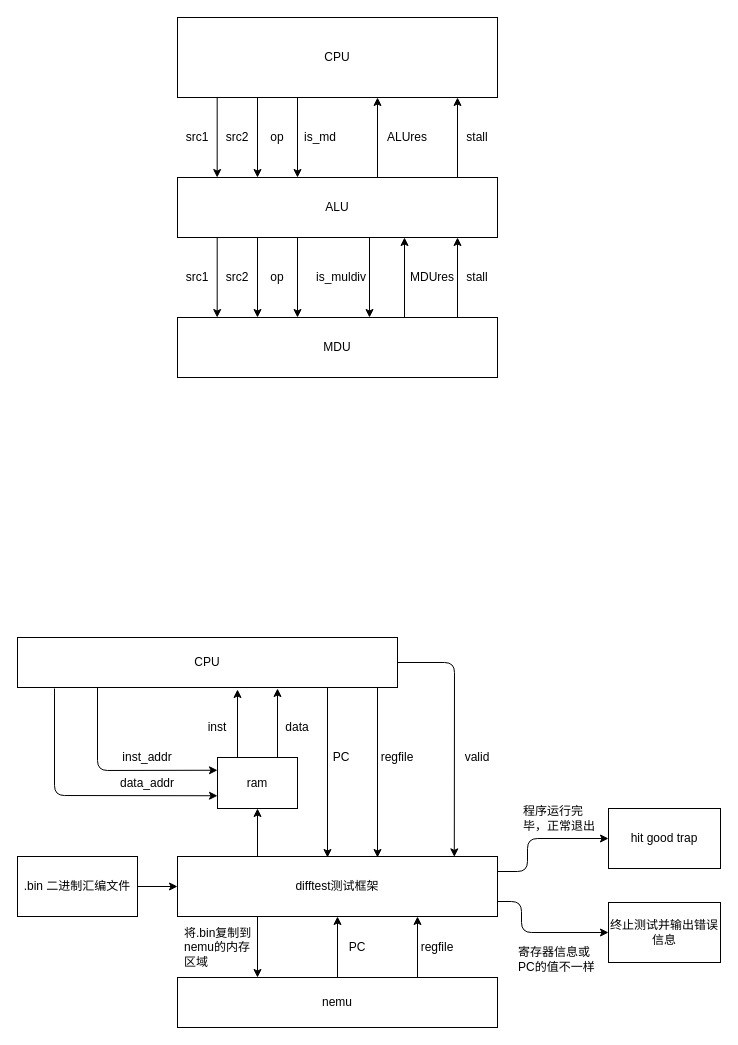
The draw.io diagram difftes.drawio in Ziyue-Zhang/thesis-picture, before the edit. Source tidied: cells renumbered, new cells numbered last; positions are measured from the earlier drawing's top-left corner, leaving out a move shared by most shapes. Both pictures are drawn from the tidied source at 100%, with x=0, y=0 at pixel (17, 17).
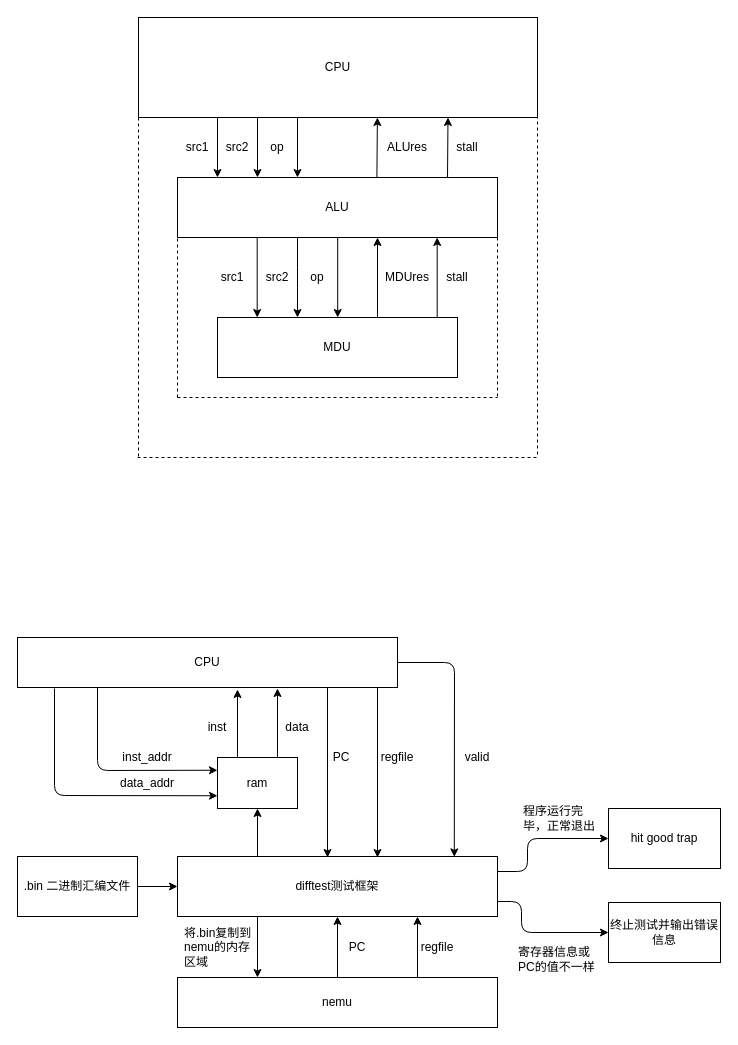
Above is the later version.

Unchanged cells that the change refers to:
```xml
<mxCell id="3" value="ALU" style="rounded=0;whiteSpace=wrap;html=1;" parent="1" vertex="1">
  <mxGeometry x="160" y="160" width="320" height="60" as="geometry" />
</mxCell>
```

The edit, as a diff of the source:
```diff
@@
     <mxCell id="2" value="MDU" style="rounded=0;whiteSpace=wrap;html=1;" parent="1" vertex="1">
-      <mxGeometry x="160" y="300" width="320" height="60" as="geometry" />
+      <mxGeometry x="200" y="300" width="240" height="60" as="geometry" />
     </mxCell>
@@
     <mxCell id="4" value="CPU" style="rounded=0;whiteSpace=wrap;html=1;" parent="1" vertex="1">
-      <mxGeometry x="160" width="320" height="80" as="geometry" />
+      <mxGeometry x="121" width="399" height="100" as="geometry" />
     </mxCell>
-    <mxCell id="5" style="endArrow=classic;html=1;entryX=0.124;entryY=0;entryDx=0;entryDy=0;entryPerimeter=0;exitX=0.124;exitY=1;exitDx=0;exitDy=0;exitPerimeter=0;" parent="1" edge="1" source="4" target="3">
-      <mxGeometry relative="1" as="geometry" />
-    </mxCell>
     <mxCell id="6" value="src1" style="text;html=1;strokeColor=none;fillColor=none;align=center;verticalAlign=middle;whiteSpace=wrap;rounded=0;" parent="1" vertex="1">
-      <mxGeometry x="160" y="110" width="40" height="20" as="geometry" />
+      <mxGeometry x="160" y="120" width="40" height="20" as="geometry" />
     </mxCell>
     <mxCell id="7" value="src2" style="text;html=1;strokeColor=none;fillColor=none;align=center;verticalAlign=middle;whiteSpace=wrap;rounded=0;" parent="1" vertex="1">
-      <mxGeometry x="200" y="110" width="40" height="20" as="geometry" />
+      <mxGeometry x="200" y="120" width="40" height="20" as="geometry" />
     </mxCell>
     <mxCell id="8" value="op" style="text;html=1;strokeColor=none;fillColor=none;align=center;verticalAlign=middle;whiteSpace=wrap;rounded=0;" parent="1" vertex="1">
-      <mxGeometry x="240" y="110" width="40" height="20" as="geometry" />
+      <mxGeometry x="240" y="120" width="40" height="20" as="geometry" />
     </mxCell>
-    <mxCell id="9" style="endArrow=classic;html=1;exitX=0.625;exitY=0;exitDx=0;exitDy=0;exitPerimeter=0;" parent="1" edge="1" source="3">
-      <mxGeometry relative="1" as="geometry">
-        <mxPoint x="360" y="80" as="targetPoint" />
-      </mxGeometry>
-    </mxCell>
     <mxCell id="10" value="ALUres" style="text;html=1;strokeColor=none;fillColor=none;align=center;verticalAlign=middle;whiteSpace=wrap;rounded=0;" parent="1" vertex="1">
-      <mxGeometry x="370" y="110" width="40" height="20" as="geometry" />
+      <mxGeometry x="370" y="120" width="40" height="20" as="geometry" />
     </mxCell>
     <mxCell id="11" value="stall" style="text;html=1;strokeColor=none;fillColor=none;align=center;verticalAlign=middle;whiteSpace=wrap;rounded=0;" parent="1" vertex="1">
-      <mxGeometry x="440" y="110" width="40" height="20" as="geometry" />
+      <mxGeometry x="430" y="120" width="40" height="20" as="geometry" />
     </mxCell>
-    <mxCell id="12" style="endArrow=classic;html=1;entryX=0.124;entryY=0;entryDx=0;entryDy=0;entryPerimeter=0;exitX=0.124;exitY=1;exitDx=0;exitDy=0;exitPerimeter=0;" parent="1" edge="1">
-      <mxGeometry relative="1" as="geometry">
-        <mxPoint x="240" y="80" as="sourcePoint" />
-        <mxPoint x="240" y="160" as="targetPoint" />
-      </mxGeometry>
-    </mxCell>
-    <mxCell id="13" style="endArrow=classic;html=1;entryX=0.124;entryY=0;entryDx=0;entryDy=0;entryPerimeter=0;exitX=0.124;exitY=1;exitDx=0;exitDy=0;exitPerimeter=0;" parent="1" edge="1">
+    <mxCell id="13" style="endArrow=classic;html=1;entryX=0.124;entryY=0;entryDx=0;entryDy=0;entryPerimeter=0;" parent="1" edge="1">
       <mxGeometry relative="1" as="geometry">
-        <mxPoint x="280" y="80" as="sourcePoint" />
+        <mxPoint x="280" y="100" as="sourcePoint" />
         <mxPoint x="280" y="160" as="targetPoint" />
       </mxGeometry>
     </mxCell>
-    <mxCell id="14" style="endArrow=classic;html=1;exitX=0.625;exitY=0;exitDx=0;exitDy=0;exitPerimeter=0;" parent="1" edge="1">
-      <mxGeometry relative="1" as="geometry">
-        <mxPoint x="440" y="160" as="sourcePoint" />
-        <mxPoint x="440" y="80" as="targetPoint" />
-      </mxGeometry>
-    </mxCell>
     <mxCell id="15" style="endArrow=classic;html=1;entryX=0.124;entryY=0;entryDx=0;entryDy=0;entryPerimeter=0;exitX=0.124;exitY=1;exitDx=0;exitDy=0;exitPerimeter=0;" parent="1" edge="1">
       <mxGeometry relative="1" as="geometry">
-        <mxPoint x="199.7" y="220" as="sourcePoint" />
-        <mxPoint x="199.7" y="300" as="targetPoint" />
+        <mxPoint x="239.7" y="220" as="sourcePoint" />
+        <mxPoint x="239.7" y="300" as="targetPoint" />
       </mxGeometry>
     </mxCell>
     <mxCell id="16" value="src1" style="text;html=1;strokeColor=none;fillColor=none;align=center;verticalAlign=middle;whiteSpace=wrap;rounded=0;" parent="1" vertex="1">
-      <mxGeometry x="160" y="250" width="40" height="20" as="geometry" />
+      <mxGeometry x="195" y="250" width="40" height="20" as="geometry" />
     </mxCell>
     <mxCell id="17" value="src2" style="text;html=1;strokeColor=none;fillColor=none;align=center;verticalAlign=middle;whiteSpace=wrap;rounded=0;" parent="1" vertex="1">
-      <mxGeometry x="200" y="250" width="40" height="20" as="geometry" />
+      <mxGeometry x="240" y="250" width="40" height="20" as="geometry" />
     </mxCell>
     <mxCell id="18" value="op" style="text;html=1;strokeColor=none;fillColor=none;align=center;verticalAlign=middle;whiteSpace=wrap;rounded=0;" parent="1" vertex="1">
-      <mxGeometry x="240" y="250" width="40" height="20" as="geometry" />
+      <mxGeometry x="280" y="250" width="40" height="20" as="geometry" />
     </mxCell>
     <mxCell id="19" style="endArrow=classic;html=1;exitX=0.625;exitY=0;exitDx=0;exitDy=0;exitPerimeter=0;" parent="1" edge="1">
       <mxGeometry relative="1" as="geometry">
-        <mxPoint x="387" y="300" as="sourcePoint" />
-        <mxPoint x="387" y="220" as="targetPoint" />
+        <mxPoint x="360" y="300" as="sourcePoint" />
+        <mxPoint x="360" y="220" as="targetPoint" />
       </mxGeometry>
     </mxCell>
     <mxCell id="20" value="MDUres" style="text;html=1;strokeColor=none;fillColor=none;align=center;verticalAlign=middle;whiteSpace=wrap;rounded=0;" parent="1" vertex="1">
-      <mxGeometry x="395" y="250" width="40" height="20" as="geometry" />
+      <mxGeometry x="370" y="250" width="40" height="20" as="geometry" />
     </mxCell>
     <mxCell id="21" value="stall" style="text;html=1;strokeColor=none;fillColor=none;align=center;verticalAlign=middle;whiteSpace=wrap;rounded=0;" parent="1" vertex="1">
-      <mxGeometry x="440" y="250" width="40" height="20" as="geometry" />
+      <mxGeometry x="420" y="250" width="40" height="20" as="geometry" />
     </mxCell>
     <mxCell id="22" style="endArrow=classic;html=1;entryX=0.124;entryY=0;entryDx=0;entryDy=0;entryPerimeter=0;exitX=0.124;exitY=1;exitDx=0;exitDy=0;exitPerimeter=0;" parent="1" edge="1">
       <mxGeometry relative="1" as="geometry">
-        <mxPoint x="240" y="220" as="sourcePoint" />
-        <mxPoint x="240" y="300" as="targetPoint" />
+        <mxPoint x="280" y="220" as="sourcePoint" />
+        <mxPoint x="280" y="300" as="targetPoint" />
+        <Array as="points">
+          <mxPoint x="280" y="260" />
+        </Array>
       </mxGeometry>
     </mxCell>
     <mxCell id="23" style="endArrow=classic;html=1;entryX=0.124;entryY=0;entryDx=0;entryDy=0;entryPerimeter=0;exitX=0.124;exitY=1;exitDx=0;exitDy=0;exitPerimeter=0;" parent="1" edge="1">
       <mxGeometry relative="1" as="geometry">
-        <mxPoint x="280" y="220" as="sourcePoint" />
-        <mxPoint x="280" y="300" as="targetPoint" />
+        <mxPoint x="320.2" y="220" as="sourcePoint" />
+        <mxPoint x="320.2" y="300" as="targetPoint" />
       </mxGeometry>
     </mxCell>
     <mxCell id="24" style="endArrow=classic;html=1;exitX=0.625;exitY=0;exitDx=0;exitDy=0;exitPerimeter=0;" parent="1" edge="1">
       <mxGeometry relative="1" as="geometry">
-        <mxPoint x="440" y="300" as="sourcePoint" />
-        <mxPoint x="440" y="220" as="targetPoint" />
+        <mxPoint x="419.7" y="300" as="sourcePoint" />
+        <mxPoint x="419.7" y="220" as="targetPoint" />
       </mxGeometry>
     </mxCell>
-    <mxCell id="25" style="endArrow=classic;html=1;entryX=0.124;entryY=0;entryDx=0;entryDy=0;entryPerimeter=0;exitX=0.124;exitY=1;exitDx=0;exitDy=0;exitPerimeter=0;" parent="1" edge="1">
-      <mxGeometry relative="1" as="geometry">
-        <mxPoint x="352" y="220" as="sourcePoint" />
-        <mxPoint x="352" y="300" as="targetPoint" />
-      </mxGeometry>
-    </mxCell>
-    <mxCell id="26" value="is_md" style="text;html=1;strokeColor=none;fillColor=none;align=center;verticalAlign=middle;whiteSpace=wrap;rounded=0;" parent="1" vertex="1">
-      <mxGeometry x="283" y="110" width="40" height="20" as="geometry" />
-    </mxCell>
-    <mxCell id="27" value="is_muldiv" style="text;html=1;strokeColor=none;fillColor=none;align=center;verticalAlign=middle;whiteSpace=wrap;rounded=0;" parent="1" vertex="1">
-      <mxGeometry x="304" y="250" width="40" height="20" as="geometry" />
-    </mxCell>
@@
+    <mxCell id="61" style="endArrow=none;dashed=1;html=1;entryX=0;entryY=1;entryDx=0;entryDy=0;" parent="1" edge="1" target="3">
+      <mxGeometry relative="1" as="geometry">
+        <mxPoint x="160" y="380" as="sourcePoint" />
+      </mxGeometry>
+    </mxCell>
+    <mxCell id="62" style="endArrow=none;dashed=1;html=1;exitX=1;exitY=1;exitDx=0;exitDy=0;" parent="1" edge="1" source="3">
+      <mxGeometry relative="1" as="geometry">
+        <mxPoint x="480" y="380" as="targetPoint" />
+      </mxGeometry>
+    </mxCell>
+    <mxCell id="63" style="endArrow=none;dashed=1;html=1;" parent="1" edge="1">
+      <mxGeometry relative="1" as="geometry">
+        <mxPoint x="160" y="380" as="sourcePoint" />
+        <mxPoint x="480" y="380" as="targetPoint" />
+      </mxGeometry>
+    </mxCell>
+    <mxCell id="64" style="endArrow=none;dashed=1;html=1;exitX=0;exitY=1;exitDx=0;exitDy=0;" parent="1" edge="1" source="4">
+      <mxGeometry relative="1" as="geometry">
+        <mxPoint x="121" y="440" as="targetPoint" />
+      </mxGeometry>
+    </mxCell>
+    <mxCell id="65" style="endArrow=none;dashed=1;html=1;" parent="1" edge="1">
+      <mxGeometry relative="1" as="geometry">
+        <mxPoint x="120" y="440" as="sourcePoint" />
+        <mxPoint x="520" y="440" as="targetPoint" />
+      </mxGeometry>
+    </mxCell>
+    <mxCell id="66" style="endArrow=none;dashed=1;html=1;exitX=0;exitY=1;exitDx=0;exitDy=0;" parent="1" edge="1">
+      <mxGeometry relative="1" as="geometry">
+        <mxPoint x="520" y="80" as="sourcePoint" />
+        <mxPoint x="520" y="440" as="targetPoint" />
+      </mxGeometry>
+    </mxCell>
+    <mxCell id="67" style="endArrow=classic;html=1;entryX=0.124;entryY=0;entryDx=0;entryDy=0;entryPerimeter=0;" parent="1" edge="1">
+      <mxGeometry relative="1" as="geometry">
+        <mxPoint x="240" y="100" as="sourcePoint" />
+        <mxPoint x="240" y="160" as="targetPoint" />
+      </mxGeometry>
+    </mxCell>
+    <mxCell id="68" style="endArrow=classic;html=1;entryX=0.124;entryY=0;entryDx=0;entryDy=0;entryPerimeter=0;" parent="1" edge="1">
+      <mxGeometry relative="1" as="geometry">
+        <mxPoint x="200" y="100" as="sourcePoint" />
+        <mxPoint x="200" y="160" as="targetPoint" />
+      </mxGeometry>
+    </mxCell>
+    <mxCell id="69" style="endArrow=classic;html=1;exitX=0.5;exitY=0;exitDx=0;exitDy=0;entryX=0.5;entryY=1;entryDx=0;entryDy=0;" parent="1" edge="1">
+      <mxGeometry relative="1" as="geometry">
+        <mxPoint x="359.4" y="160" as="sourcePoint" />
+        <mxPoint x="359.9" y="100" as="targetPoint" />
+      </mxGeometry>
+    </mxCell>
+    <mxCell id="70" style="endArrow=classic;html=1;exitX=0.5;exitY=0;exitDx=0;exitDy=0;entryX=0.5;entryY=1;entryDx=0;entryDy=0;" parent="1" edge="1">
+      <mxGeometry relative="1" as="geometry">
+        <mxPoint x="430" y="160" as="sourcePoint" />
+        <mxPoint x="430.5" y="100" as="targetPoint" />
+      </mxGeometry>
+    </mxCell>
```
